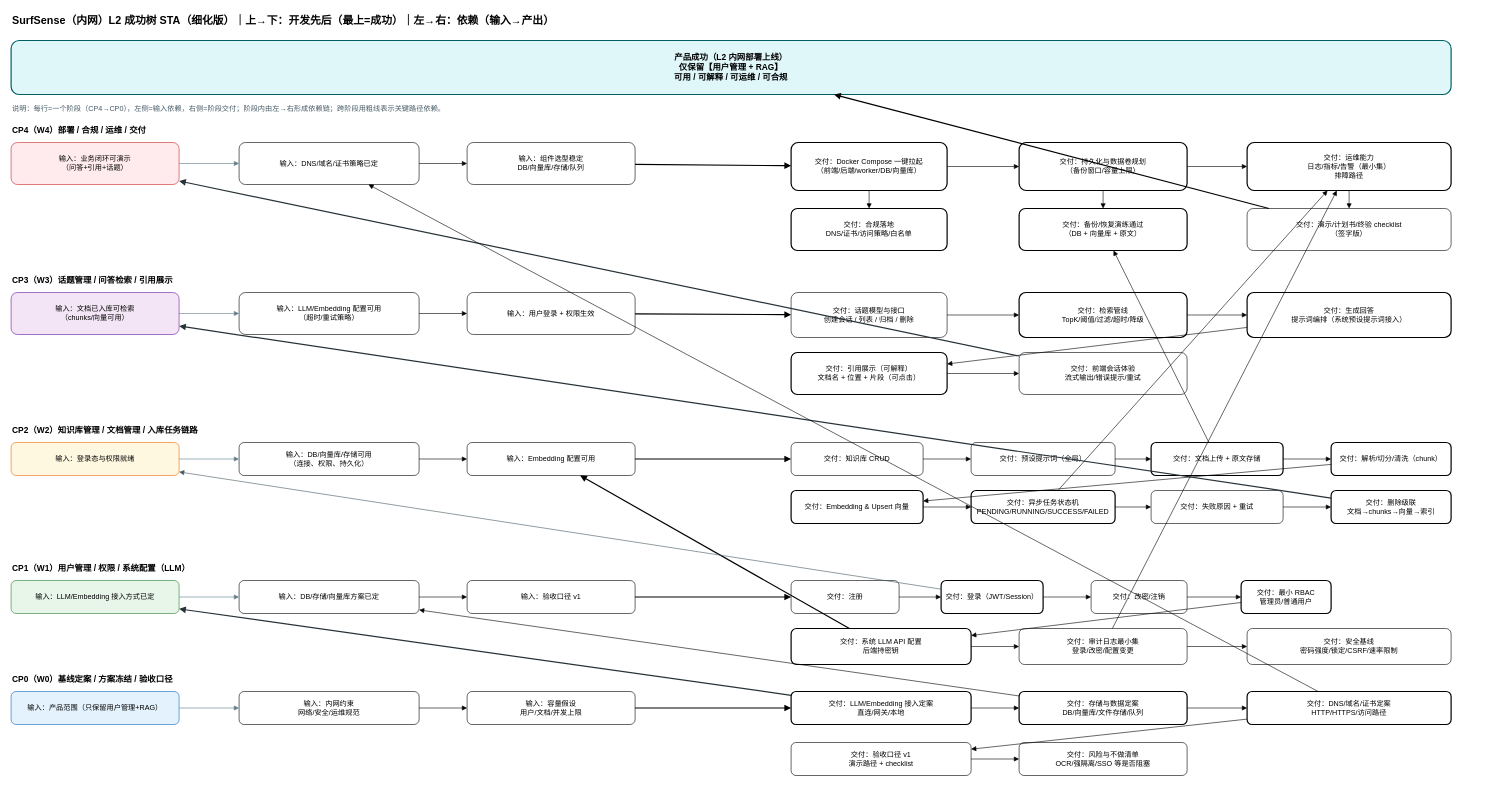
Before: docs/L2SysArch_Roadmap.drawio in causehhc/SurfSense, a draw.io diagram. Source tidied: cells renumbered, new cells numbered last; positions are measured from the earlier drawing's top-left corner, leaving out a move shared by most shapes. Both pictures are drawn from the tidied source at 60%, with x=0, y=0 at pixel (11, 10).
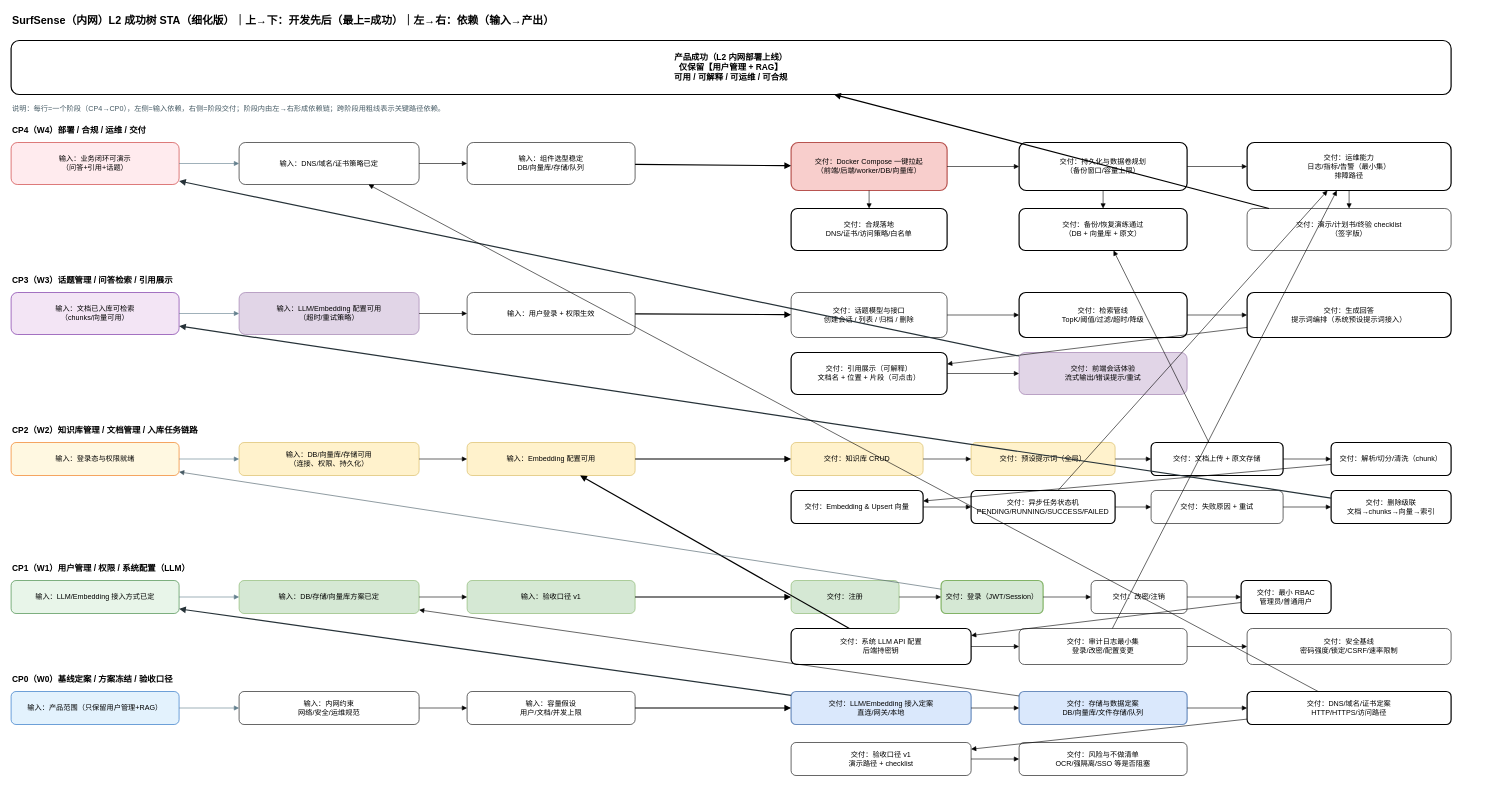
After the change.

The edit, as a diff of the source:
```diff
@@
-    <mxCell id="3" value="产品成功（L2 内网部署上线）&#10;仅保留【用户管理 + RAG】&#10;可用 / 可解释 / 可运维 / 可合规" style="rounded=1;whiteSpace=wrap;html=1;fillColor=#E0F7FA;strokeColor=#006064;strokeWidth=2;fontSize=14;fontStyle=1;" parent="1" vertex="1">
+    <mxCell id="3" value="产品成功（L2 内网部署上线）&#10;仅保留【用户管理 + RAG】&#10;可用 / 可解释 / 可运维 / 可合规" style="rounded=1;whiteSpace=wrap;html=1;strokeWidth=2;fontSize=14;fontStyle=1;" parent="1" vertex="1">
       <mxGeometry y="50" width="2400" height="90" as="geometry" />
     </mxCell>
@@
-    <mxCell id="9" value="交付：Docker Compose 一键拉起&#10;（前端/后端/worker/DB/向量库）" style="rounded=1;whiteSpace=wrap;html=1;strokeWidth=2;fontSize=12;" parent="1" vertex="1">
+    <mxCell id="9" value="交付：Docker Compose 一键拉起&#10;（前端/后端/worker/DB/向量库）" style="rounded=1;whiteSpace=wrap;html=1;strokeWidth=2;fontSize=12;fillColor=#f8cecc;strokeColor=#b85450;" parent="1" vertex="1">
       <mxGeometry x="1300" y="220" width="260" height="80" as="geometry" />
     </mxCell>
@@
-    <mxCell id="26" value="输入：LLM/Embedding 配置可用&#10;（超时/重试策略）" style="rounded=1;whiteSpace=wrap;html=1;fontSize=12;" parent="1" vertex="1">
+    <mxCell id="26" value="输入：LLM/Embedding 配置可用&#10;（超时/重试策略）" style="rounded=1;whiteSpace=wrap;html=1;fontSize=12;fillColor=#e1d5e7;strokeColor=#9673a6;" parent="1" vertex="1">
       <mxGeometry x="380" y="470" width="300" height="70" as="geometry" />
     </mxCell>
@@
-    <mxCell id="32" value="交付：前端会话体验&#10;流式输出/错误提示/重试" style="rounded=1;whiteSpace=wrap;html=1;fontSize=12;" parent="1" vertex="1">
+    <mxCell id="32" value="交付：前端会话体验&#10;流式输出/错误提示/重试" style="rounded=1;whiteSpace=wrap;html=1;fontSize=12;fillColor=#e1d5e7;strokeColor=#9673a6;" parent="1" vertex="1">
       <mxGeometry x="1680" y="570" width="280" height="70" as="geometry" />
     </mxCell>
@@
-    <mxCell id="42" value="输入：DB/向量库/存储可用&#10;（连接、权限、持久化）" style="rounded=1;whiteSpace=wrap;html=1;fontSize=12;" parent="1" vertex="1">
+    <mxCell id="42" value="输入：DB/向量库/存储可用&#10;（连接、权限、持久化）" style="rounded=1;whiteSpace=wrap;html=1;fontSize=12;fillColor=#fff2cc;strokeColor=#d6b656;" parent="1" vertex="1">
       <mxGeometry x="380" y="720" width="300" height="55" as="geometry" />
     </mxCell>
-    <mxCell id="43" value="输入：Embedding 配置可用" style="rounded=1;whiteSpace=wrap;html=1;fontSize=12;" parent="1" vertex="1">
+    <mxCell id="43" value="输入：Embedding 配置可用" style="rounded=1;whiteSpace=wrap;html=1;fontSize=12;fillColor=#fff2cc;strokeColor=#d6b656;" parent="1" vertex="1">
       <mxGeometry x="760" y="720" width="280" height="55" as="geometry" />
     </mxCell>
-    <mxCell id="44" value="交付：知识库 CRUD" style="rounded=1;whiteSpace=wrap;html=1;fontSize=12;" parent="1" vertex="1">
+    <mxCell id="44" value="交付：知识库 CRUD" style="rounded=1;whiteSpace=wrap;html=1;fontSize=12;fillColor=#fff2cc;strokeColor=#d6b656;" parent="1" vertex="1">
       <mxGeometry x="1300" y="720" width="220" height="55" as="geometry" />
     </mxCell>
-    <mxCell id="45" value="交付：预设提示词（全局）" style="rounded=1;whiteSpace=wrap;html=1;fontSize=12;" parent="1" vertex="1">
+    <mxCell id="45" value="交付：预设提示词（全局）" style="rounded=1;whiteSpace=wrap;html=1;fontSize=12;fillColor=#fff2cc;strokeColor=#d6b656;" parent="1" vertex="1">
       <mxGeometry x="1600" y="720" width="240" height="55" as="geometry" />
     </mxCell>
@@
-    <mxCell id="64" value="输入：DB/存储/向量库方案已定" style="rounded=1;whiteSpace=wrap;html=1;fontSize=12;" parent="1" vertex="1">
+    <mxCell id="64" value="输入：DB/存储/向量库方案已定" style="rounded=1;whiteSpace=wrap;html=1;fontSize=12;fillColor=#d5e8d4;strokeColor=#82b366;" parent="1" vertex="1">
       <mxGeometry x="380" y="950" width="300" height="55" as="geometry" />
     </mxCell>
-    <mxCell id="65" value="输入：验收口径 v1" style="rounded=1;whiteSpace=wrap;html=1;fontSize=12;" parent="1" vertex="1">
+    <mxCell id="65" value="输入：验收口径 v1" style="rounded=1;whiteSpace=wrap;html=1;fontSize=12;fillColor=#d5e8d4;strokeColor=#82b366;" parent="1" vertex="1">
       <mxGeometry x="760" y="950" width="280" height="55" as="geometry" />
     </mxCell>
-    <mxCell id="66" value="交付：注册" style="rounded=1;whiteSpace=wrap;html=1;fontSize=12;" parent="1" vertex="1">
+    <mxCell id="66" value="交付：注册" style="rounded=1;whiteSpace=wrap;html=1;fontSize=12;fillColor=#d5e8d4;strokeColor=#82b366;" parent="1" vertex="1">
       <mxGeometry x="1300" y="950" width="180" height="55" as="geometry" />
     </mxCell>
-    <mxCell id="67" value="交付：登录（JWT/Session）" style="rounded=1;whiteSpace=wrap;html=1;strokeWidth=2;fontSize=12;" parent="1" vertex="1">
+    <mxCell id="67" value="交付：登录（JWT/Session）" style="rounded=1;whiteSpace=wrap;html=1;strokeWidth=2;fontSize=12;fillColor=#d5e8d4;strokeColor=#82b366;" parent="1" vertex="1">
       <mxGeometry x="1550" y="950" width="170" height="55" as="geometry" />
     </mxCell>
@@
-    <mxCell id="86" value="交付：LLM/Embedding 接入定案&#10;直连/网关/本地" style="rounded=1;whiteSpace=wrap;html=1;strokeWidth=2;fontSize=12;" parent="1" vertex="1">
+    <mxCell id="86" value="交付：LLM/Embedding 接入定案&#10;直连/网关/本地" style="rounded=1;whiteSpace=wrap;html=1;strokeWidth=2;fontSize=12;fillColor=#dae8fc;strokeColor=#6c8ebf;" parent="1" vertex="1">
       <mxGeometry x="1300" y="1135" width="300" height="55" as="geometry" />
     </mxCell>
-    <mxCell id="87" value="交付：存储与数据定案&#10;DB/向量库/文件存储/队列" style="rounded=1;whiteSpace=wrap;html=1;strokeWidth=2;fontSize=12;" parent="1" vertex="1">
+    <mxCell id="87" value="交付：存储与数据定案&#10;DB/向量库/文件存储/队列" style="rounded=1;whiteSpace=wrap;html=1;strokeWidth=2;fontSize=12;fillColor=#dae8fc;strokeColor=#6c8ebf;" parent="1" vertex="1">
       <mxGeometry x="1680" y="1135" width="280" height="55" as="geometry" />
     </mxCell>
```
